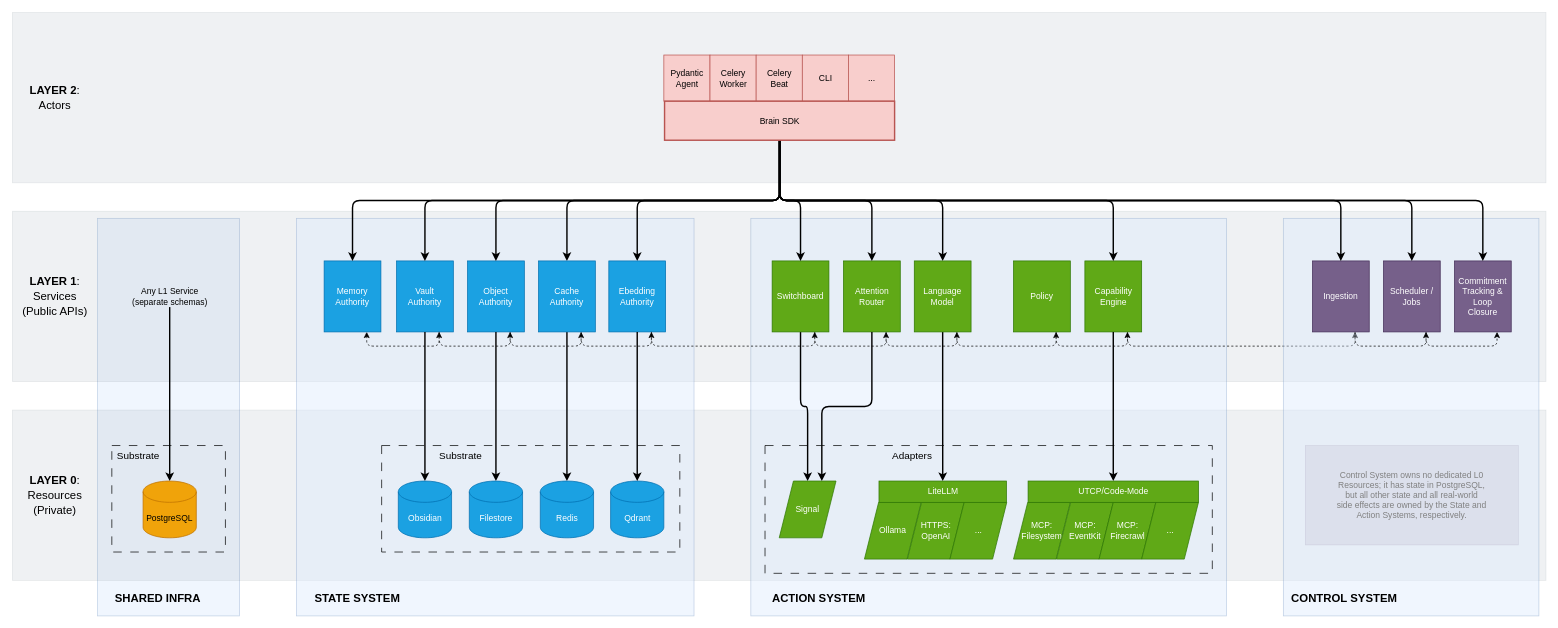
The draw.io diagram page "boundaries-and-responsibilities" (4 of 4) of img/diagrams.drawio in cmtonkinson/brain, before the edit. Source tidied: cells renumbered, new cells numbered last; positions are measured from the earlier drawing's top-left corner, leaving out a move shared by most shapes. Both pictures are drawn from the tidied source at 71%, with x=0, y=0 at pixel (12, 12).
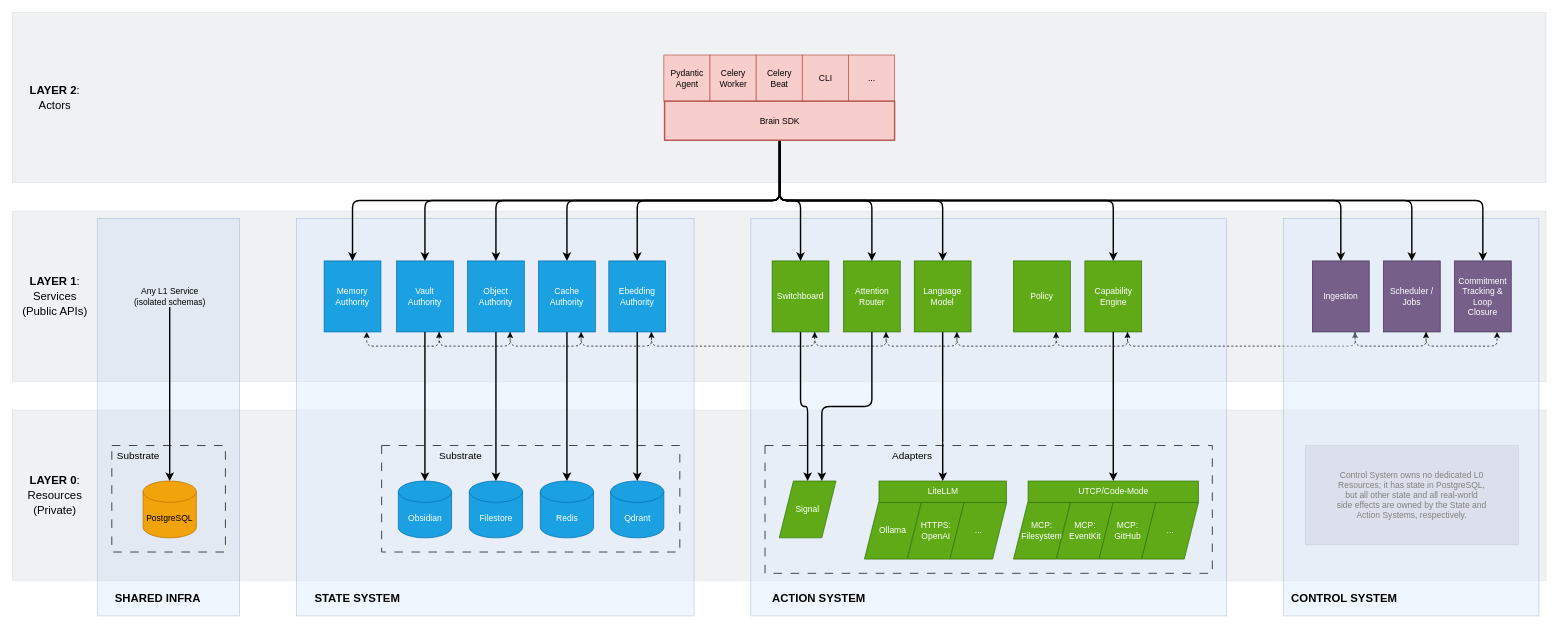
The same diagram, later.

The change refers to these unchanged cells:
```xml
<mxCell id="59" style="group;" parent="58" vertex="1">
  <mxGeometry width="260.5" height="110" as="geometry" />
</mxCell>
```

Diff of the diagram source:
```diff
@@
-    <mxCell id="62" value="MCP:&lt;br&gt;Firecrawl" style="shape=parallelogram;perimeter=parallelogramPerimeter;whiteSpace=wrap;html=1;fixedSize=1;fillColor=#60a917;strokeColor=#2D7600;fontColor=#ffffff;" parent="59" vertex="1">
+    <mxCell id="62" value="MCP:&lt;br&gt;GitHub" style="shape=parallelogram;perimeter=parallelogramPerimeter;whiteSpace=wrap;html=1;fixedSize=1;fillColor=#60a917;strokeColor=#2D7600;fontColor=#ffffff;" parent="59" vertex="1">
       <mxGeometry x="120.5" y="30" width="80" height="80" as="geometry" />
     </mxCell>
@@
-    <mxCell id="78" value="Any L1 Service&lt;br&gt;(separate schemas)" style="text;html=1;whiteSpace=wrap;strokeColor=none;fillColor=none;align=center;verticalAlign=middle;rounded=0;" parent="1" vertex="1">
+    <mxCell id="78" value="Any L1 Service&lt;br&gt;(isolated schemas)" style="text;html=1;whiteSpace=wrap;strokeColor=none;fillColor=none;align=center;verticalAlign=middle;rounded=0;" parent="1" vertex="1">
       <mxGeometry x="151.5" y="385" width="140" height="30" as="geometry" />
     </mxCell>
```
